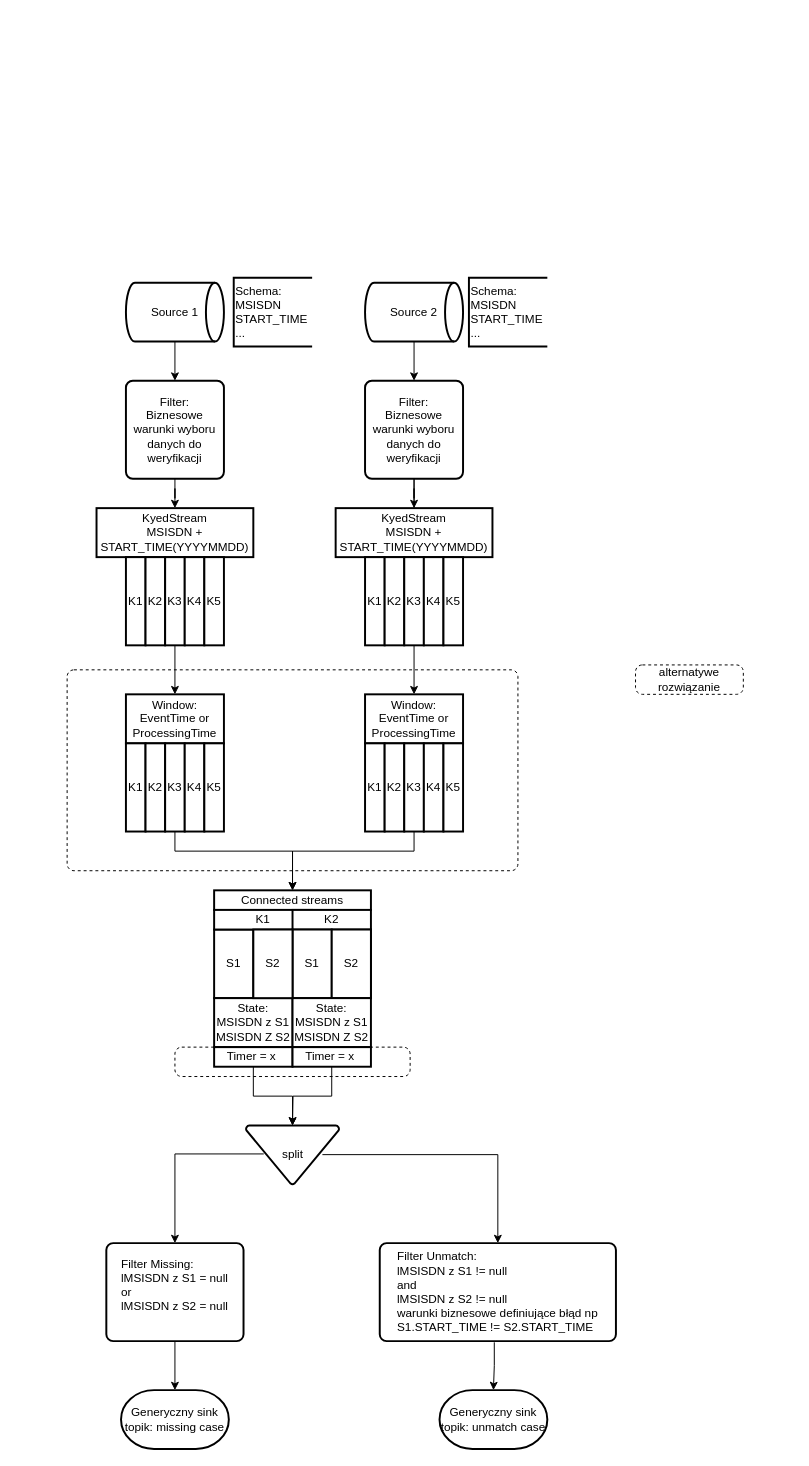
Before: page "Two streams" (2 of 2) of ra-stream-rules.drawio in blacho/repository, a draw.io diagram. Source tidied: cells renumbered, new cells numbered last; positions are measured from the earlier drawing's top-left corner, leaving out a move shared by most shapes. Both pictures are drawn from the tidied source at 98%, with x=0, y=0 at pixel (67, 277).
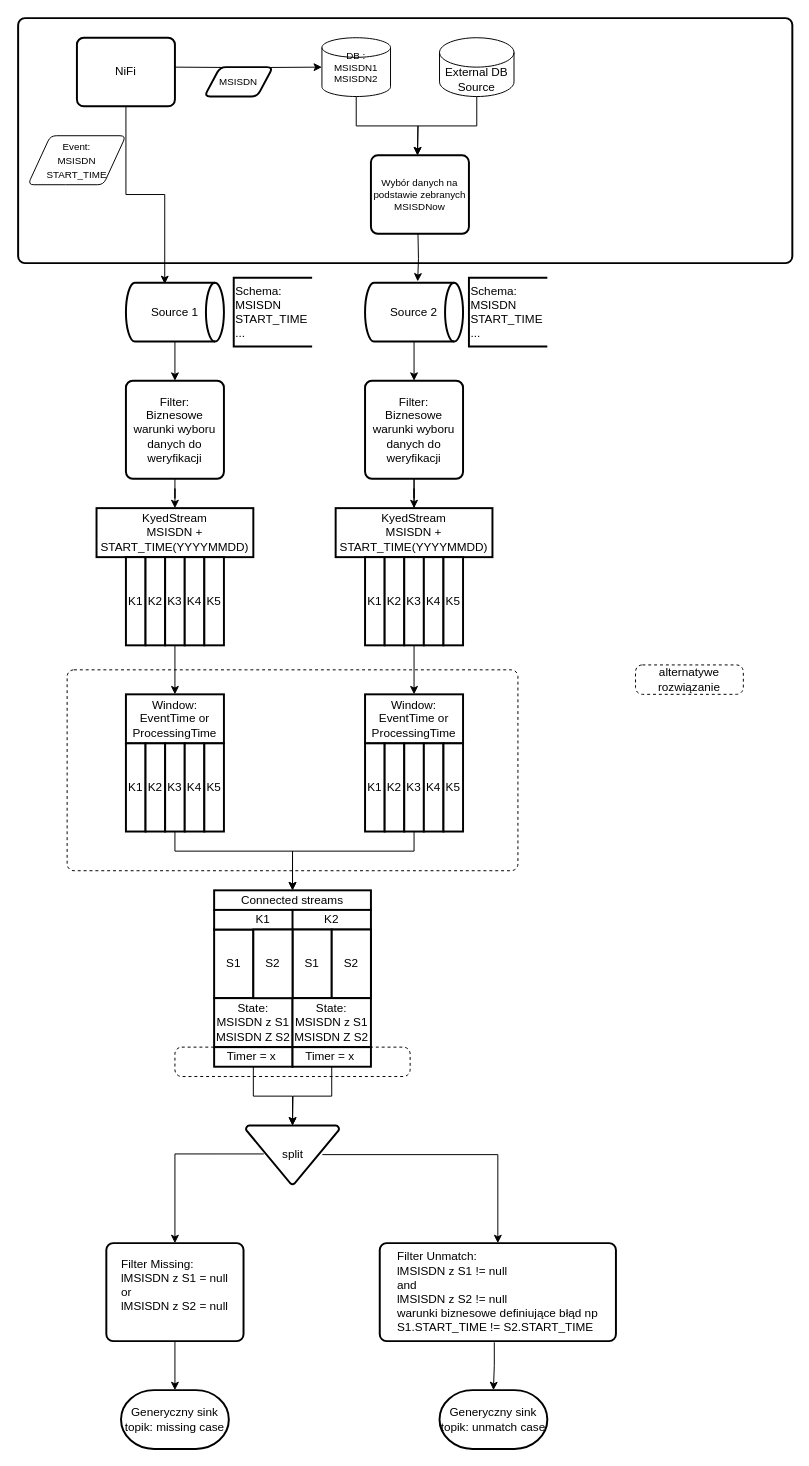
Above is the later version.

The change refers to these unchanged cells:
```xml
<mxCell id="3" value="Source 1" style="strokeWidth=2;html=1;shape=mxgraph.flowchart.direct_data;whiteSpace=wrap;" parent="1" vertex="1">
  <mxGeometry x="60" y="5" width="100" height="60" as="geometry" />
</mxCell>
<mxCell id="5" value="Source 2" style="strokeWidth=2;html=1;shape=mxgraph.flowchart.direct_data;whiteSpace=wrap;" parent="1" vertex="1">
  <mxGeometry x="304" y="5" width="100" height="60" as="geometry" />
</mxCell>
```

What changed in the source:
```diff
@@
+    <mxCell id="68" style="rounded=1;whiteSpace=wrap;html=1;absoluteArcSize=1;arcSize=14;strokeWidth=2;fontSize=10;fillColor=none;" parent="1" vertex="1">
+      <mxGeometry x="-50" y="-265" width="790" height="250" as="geometry" />
+    </mxCell>
@@
+    <mxCell id="69" style="edgeStyle=orthogonalEdgeStyle;rounded=0;jettySize=auto;html=1;entryX=0.5;entryY=0;entryDx=0;entryDy=0;entryPerimeter=0;fontSize=10;exitX=0.5;exitY=1;exitDx=0;exitDy=0;exitPerimeter=0;" parent="1" edge="1" source="70">
+      <mxGeometry relative="1" as="geometry">
+        <mxPoint x="357.5" y="-125" as="targetPoint" />
+      </mxGeometry>
+    </mxCell>
+    <mxCell id="70" value="External DB Source" style="shape=cylinder3;whiteSpace=wrap;html=1;boundedLbl=1;backgroundOutline=1;size=15;" parent="1" vertex="1">
+      <mxGeometry x="380" y="-245" width="76" height="60" as="geometry" />
+    </mxCell>
+    <mxCell id="71" style="edgeStyle=orthogonalEdgeStyle;rounded=0;jettySize=auto;html=1;entryX=0.396;entryY=0.023;entryDx=0;entryDy=0;entryPerimeter=0;" parent="1" edge="1" source="73" target="3">
+      <mxGeometry relative="1" as="geometry" />
+    </mxCell>
+    <mxCell id="72" style="edgeStyle=orthogonalEdgeStyle;rounded=0;jettySize=auto;html=1;fontSize=10;entryX=0;entryY=0.5;entryDx=0;entryDy=0;entryPerimeter=0;" parent="1" edge="1" target="76">
+      <mxGeometry relative="1" as="geometry">
+        <mxPoint x="110" y="-215" as="sourcePoint" />
+      </mxGeometry>
+    </mxCell>
+    <mxCell id="73" value="NiFi" style="rounded=1;whiteSpace=wrap;html=1;absoluteArcSize=1;arcSize=14;strokeWidth=2;" parent="1" vertex="1">
+      <mxGeometry x="10" y="-245" width="100" height="70" as="geometry" />
+    </mxCell>
+    <mxCell id="74" value="&lt;font style=&quot;font-size: 10px&quot;&gt;Event:&lt;br&gt;MSISDN&lt;br&gt;START_TIME&lt;/font&gt;" style="shape=parallelogram;html=1;strokeWidth=1;perimeter=parallelogramPerimeter;whiteSpace=wrap;rounded=1;arcSize=12;size=0.23;" parent="1" vertex="1">
+      <mxGeometry x="-40" y="-145" width="100" height="50" as="geometry" />
+    </mxCell>
+    <mxCell id="75" style="edgeStyle=orthogonalEdgeStyle;rounded=0;jettySize=auto;html=1;fontSize=10;exitX=0.5;exitY=1;exitDx=0;exitDy=0;exitPerimeter=0;entryX=0.5;entryY=0;entryDx=0;entryDy=0;entryPerimeter=0;" parent="1" edge="1" source="76">
+      <mxGeometry relative="1" as="geometry">
+        <mxPoint x="357.5" y="-125" as="targetPoint" />
+      </mxGeometry>
+    </mxCell>
+    <mxCell id="76" value="DB :&lt;br&gt;MSISDN1&lt;br&gt;MSISDN2" style="strokeWidth=1;html=1;shape=mxgraph.flowchart.database;whiteSpace=wrap;fontSize=10;" parent="1" vertex="1">
+      <mxGeometry x="260" y="-245" width="70" height="60" as="geometry" />
+    </mxCell>
+    <mxCell id="77" value="MSISDN" style="shape=parallelogram;html=1;strokeWidth=2;perimeter=parallelogramPerimeter;whiteSpace=wrap;rounded=1;arcSize=12;size=0.23;fontSize=10;" parent="1" vertex="1">
+      <mxGeometry x="140" y="-215" width="70" height="30" as="geometry" />
+    </mxCell>
+    <mxCell id="78" style="edgeStyle=orthogonalEdgeStyle;rounded=0;jettySize=auto;html=1;fontSize=10;entryX=0.537;entryY=-0.022;entryDx=0;entryDy=0;entryPerimeter=0;" parent="1" edge="1" target="5">
+      <mxGeometry relative="1" as="geometry">
+        <mxPoint x="358" y="-45" as="sourcePoint" />
+      </mxGeometry>
+    </mxCell>
+    <mxCell id="79" value="&lt;span&gt;Wybór danych na podstawie zebranych MSISDNow&lt;/span&gt;" style="rounded=1;whiteSpace=wrap;html=1;absoluteArcSize=1;arcSize=14;strokeWidth=2;fontSize=10;" parent="1" vertex="1">
+      <mxGeometry x="310" y="-125" width="100" height="80" as="geometry" />
+    </mxCell>
```
